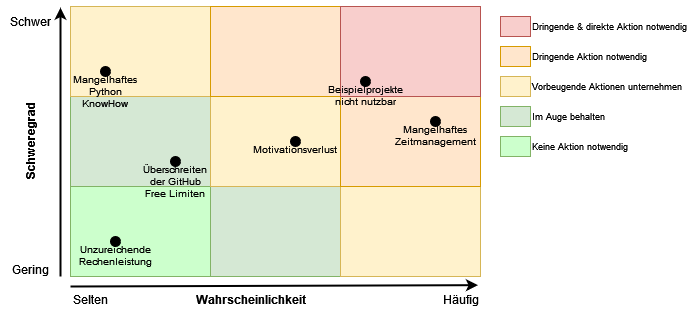
Earlier version of the draw.io export docs/ressources/diagrams/risikoanalyse.drawio.png (Euthal02/SemArb5_GameLobby_Improvement). Source tidied: cells renumbered, new cells last; positions are measured from the earlier drawing's top-left corner, leaving out a move shared by most shapes.
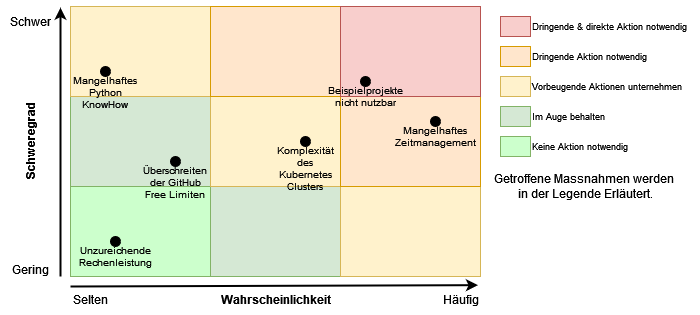
Above is the later version.

Change to the diagram source:
```diff
@@ -46,7 +46,7 @@
       <mxGeometry x="445" y="278" width="60" height="30" as="geometry" />
     </mxCell>
     <mxCell id="15" value="Wahrscheinlichkeit" style="text;html=1;align=center;verticalAlign=middle;strokeColor=none;fillColor=none;fontStyle=1;" parent="1" vertex="1">
-      <mxGeometry x="205" y="278" width="120" height="30" as="geometry" />
+      <mxGeometry x="230" y="278" width="120" height="30" as="geometry" />
     </mxCell>
     <mxCell id="16" value="Gering" style="text;html=1;align=center;verticalAlign=middle;strokeColor=none;fillColor=none;" parent="1" vertex="1">
       <mxGeometry x="15" y="248" width="60" height="30" as="geometry" />
@@ -57,13 +57,13 @@
     <mxCell id="18" value="Schweregrad" style="text;html=1;align=center;verticalAlign=middle;strokeColor=none;fillColor=none;rotation=-90;fontStyle=1;" parent="1" vertex="1">
       <mxGeometry y="120" width="90" height="30" as="geometry" />
     </mxCell>
-    <mxCell id="19" value="Unzureichende Rechenleistung" style="ellipse;whiteSpace=wrap;html=1;fillColor=#000000;verticalAlign=top;fontSize=10;" parent="1" vertex="1">
+    <mxCell id="19" value="Unzureichende Rechenleistung" style="ellipse;whiteSpace=wrap;html=1;fillColor=#000000;verticalAlign=top;fontSize=10;spacingTop=1;" parent="1" vertex="1">
       <mxGeometry x="125" y="230" width="10" height="10" as="geometry" />
     </mxCell>
-    <mxCell id="20" value="&lt;div style=&quot;font-size: 10px;&quot;&gt;Mangelhaftes Zeitmanagement&lt;/div&gt;&lt;div style=&quot;font-size: 10px;&quot;&gt;&lt;br style=&quot;font-size: 10px;&quot;&gt;&lt;/div&gt;" style="ellipse;whiteSpace=wrap;html=1;fillColor=#000000;verticalAlign=top;fontSize=10;" parent="1" vertex="1">
+    <mxCell id="20" value="&lt;div style=&quot;font-size: 10px;&quot;&gt;Mangelhaftes Zeitmanagement&lt;/div&gt;&lt;div style=&quot;font-size: 10px;&quot;&gt;&lt;br style=&quot;font-size: 10px;&quot;&gt;&lt;/div&gt;" style="ellipse;whiteSpace=wrap;html=1;fillColor=#000000;verticalAlign=top;fontSize=10;spacingTop=1;" parent="1" vertex="1">
       <mxGeometry x="445" y="110" width="10" height="10" as="geometry" />
     </mxCell>
-    <mxCell id="21" value="Mangelhaftes Python KnowHow" style="ellipse;whiteSpace=wrap;html=1;fillColor=#000000;verticalAlign=top;fontSize=10;" parent="1" vertex="1">
+    <mxCell id="21" value="Mangelhaftes Python KnowHow" style="ellipse;whiteSpace=wrap;html=1;fillColor=#000000;verticalAlign=top;fontSize=10;spacingTop=1;" parent="1" vertex="1">
       <mxGeometry x="115" y="60" width="10" height="10" as="geometry" />
     </mxCell>
     <mxCell id="22" style="rounded=0;whiteSpace=wrap;html=1;fillColor=#f8cecc;strokeColor=#b85450;" parent="1" vertex="1">
@@ -96,14 +96,17 @@
     <mxCell id="31" value="Keine Aktion notwendig" style="text;html=1;align=left;verticalAlign=middle;strokeColor=none;fillColor=none;fontSize=9;" parent="1" vertex="1">
       <mxGeometry x="545" y="130" width="110" height="20" as="geometry" />
     </mxCell>
-    <mxCell id="32" value="Überschreiten der GitHub Free Limiten" style="ellipse;whiteSpace=wrap;html=1;fillColor=#000000;verticalAlign=top;fontSize=10;" parent="1" vertex="1">
+    <mxCell id="32" value="Überschreiten der GitHub Free Limiten" style="ellipse;whiteSpace=wrap;html=1;fillColor=#000000;verticalAlign=top;fontSize=10;spacingTop=1;" parent="1" vertex="1">
       <mxGeometry x="185" y="150" width="10" height="10" as="geometry" />
     </mxCell>
-    <mxCell id="33" value="Beispielprojekte nicht nutzbar" style="ellipse;whiteSpace=wrap;html=1;fillColor=#000000;verticalAlign=top;fontSize=10;" parent="1" vertex="1">
+    <mxCell id="33" value="Beispielprojekte nicht nutzbar" style="ellipse;whiteSpace=wrap;html=1;fillColor=#000000;verticalAlign=top;fontSize=10;spacingTop=1;" parent="1" vertex="1">
       <mxGeometry x="375" y="70" width="10" height="10" as="geometry" />
     </mxCell>
-    <mxCell id="34" value="Motivationsverlust" style="ellipse;whiteSpace=wrap;html=1;fillColor=#000000;verticalAlign=top;fontSize=10;" parent="1" vertex="1">
-      <mxGeometry x="305" y="130" width="10" height="10" as="geometry" />
-    </mxCell>
+    <mxCell id="35" value="&lt;div&gt;Komplexität des Kubernetes Clusters&lt;/div&gt;" style="ellipse;whiteSpace=wrap;html=1;fillColor=#000000;verticalAlign=top;fontSize=10;spacingTop=1;" parent="1" vertex="1">
+      <mxGeometry x="315" y="130" width="10" height="10" as="geometry" />
+    </mxCell>
+    <mxCell id="36" value="&lt;div&gt;Getroffene Massnahmen werden&amp;nbsp;&lt;/div&gt;&lt;div&gt;in der Legende Erläutert.&lt;/div&gt;" style="text;html=1;align=center;verticalAlign=middle;strokeColor=none;fillColor=none;" parent="1" vertex="1">
+      <mxGeometry x="500" y="160" width="200" height="40" as="geometry" />
+    </mxCell>
   </root>
 </mxGraphModel>
```
